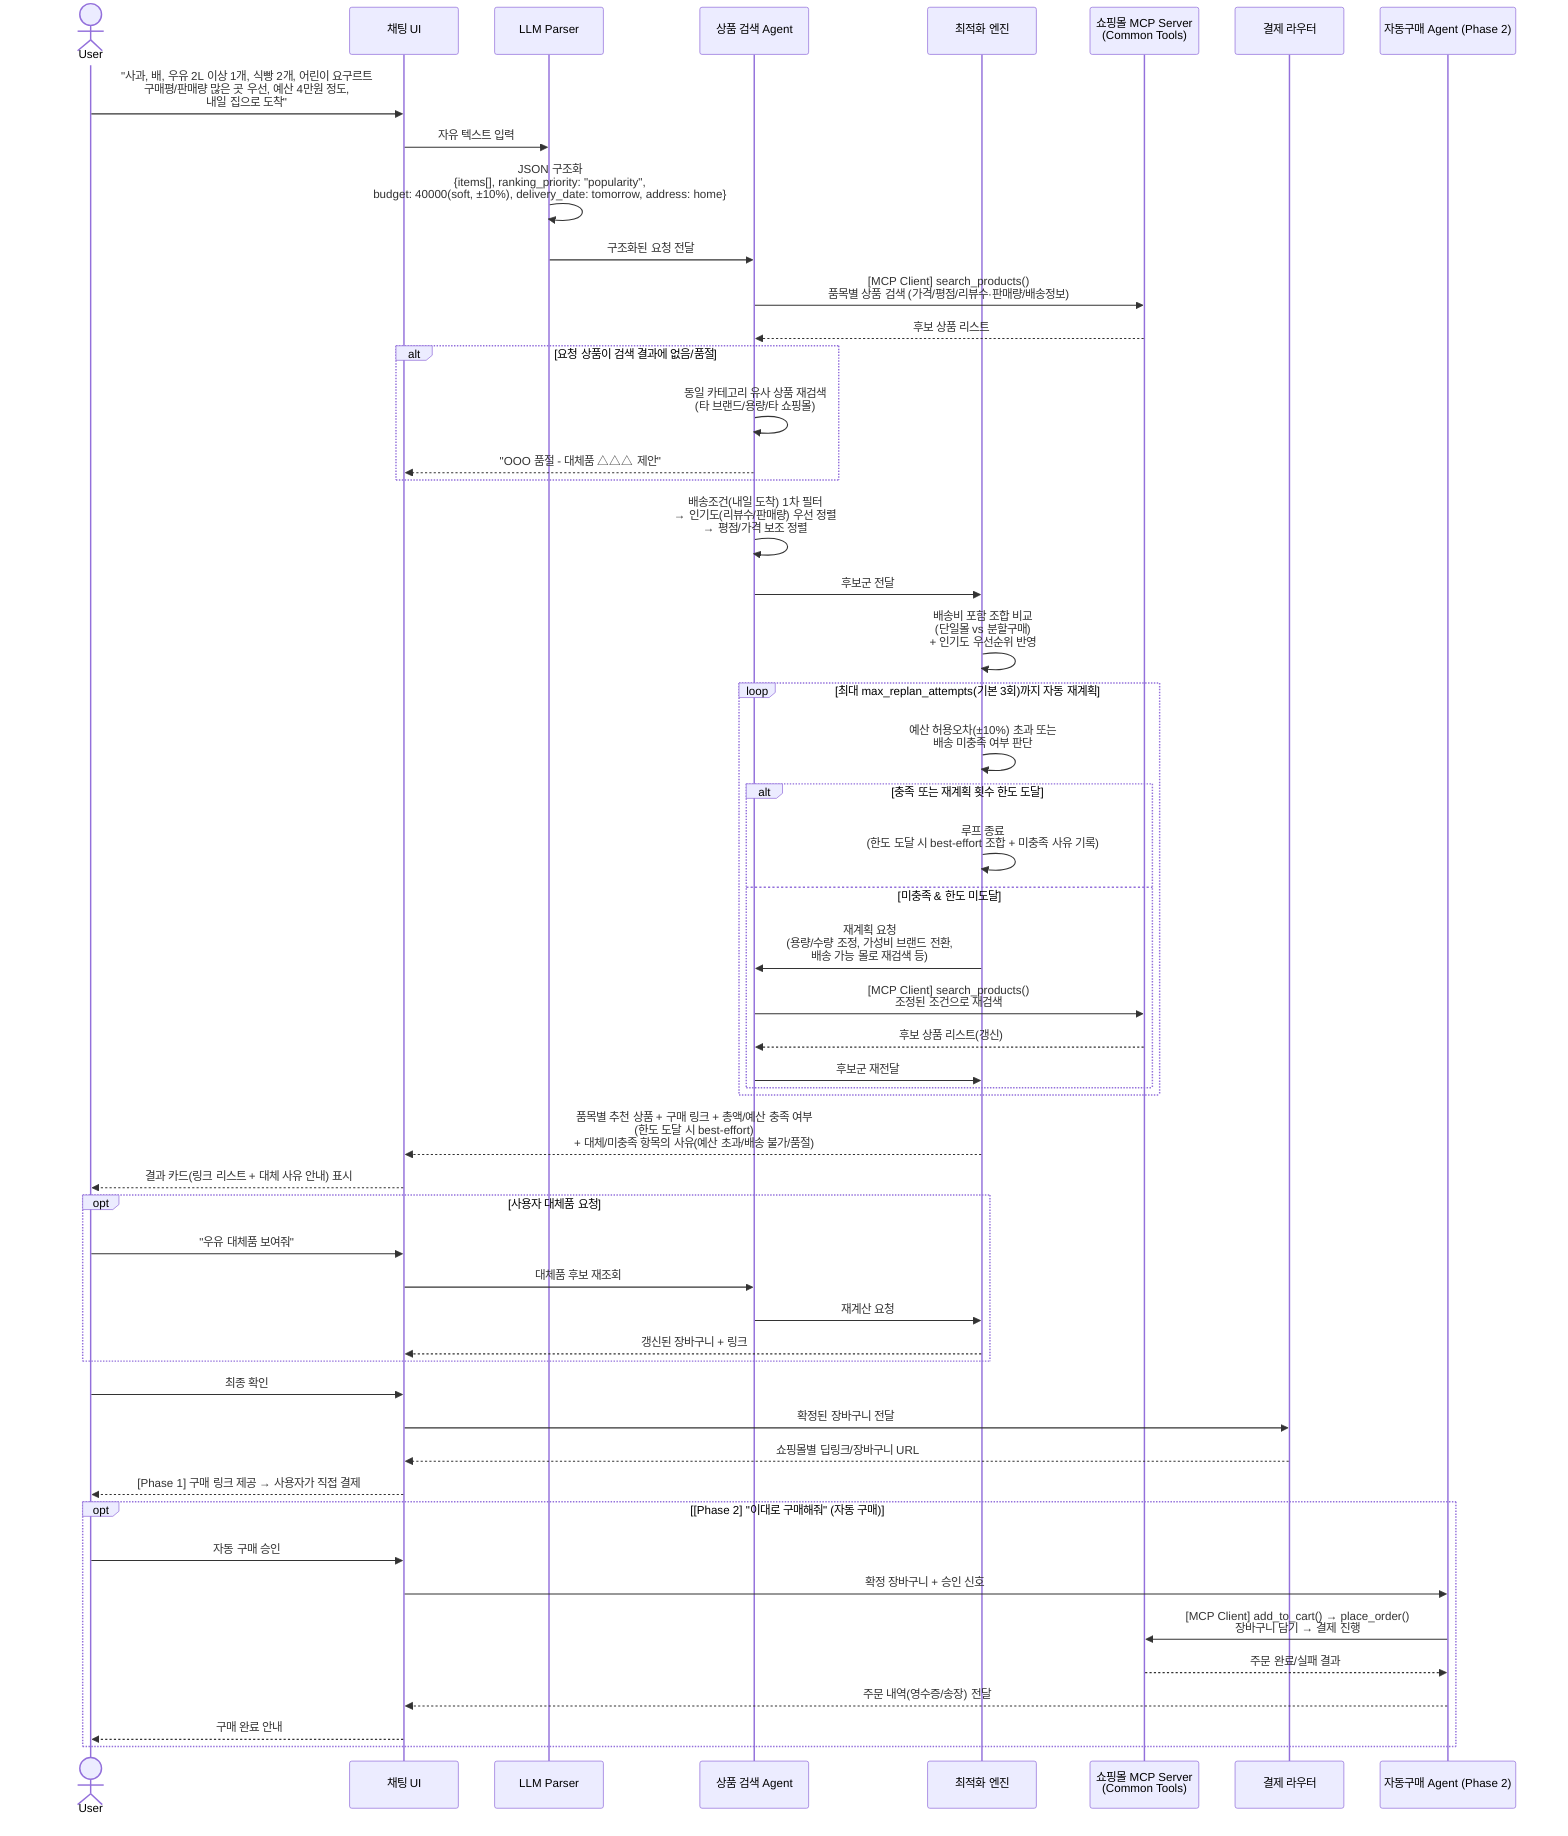
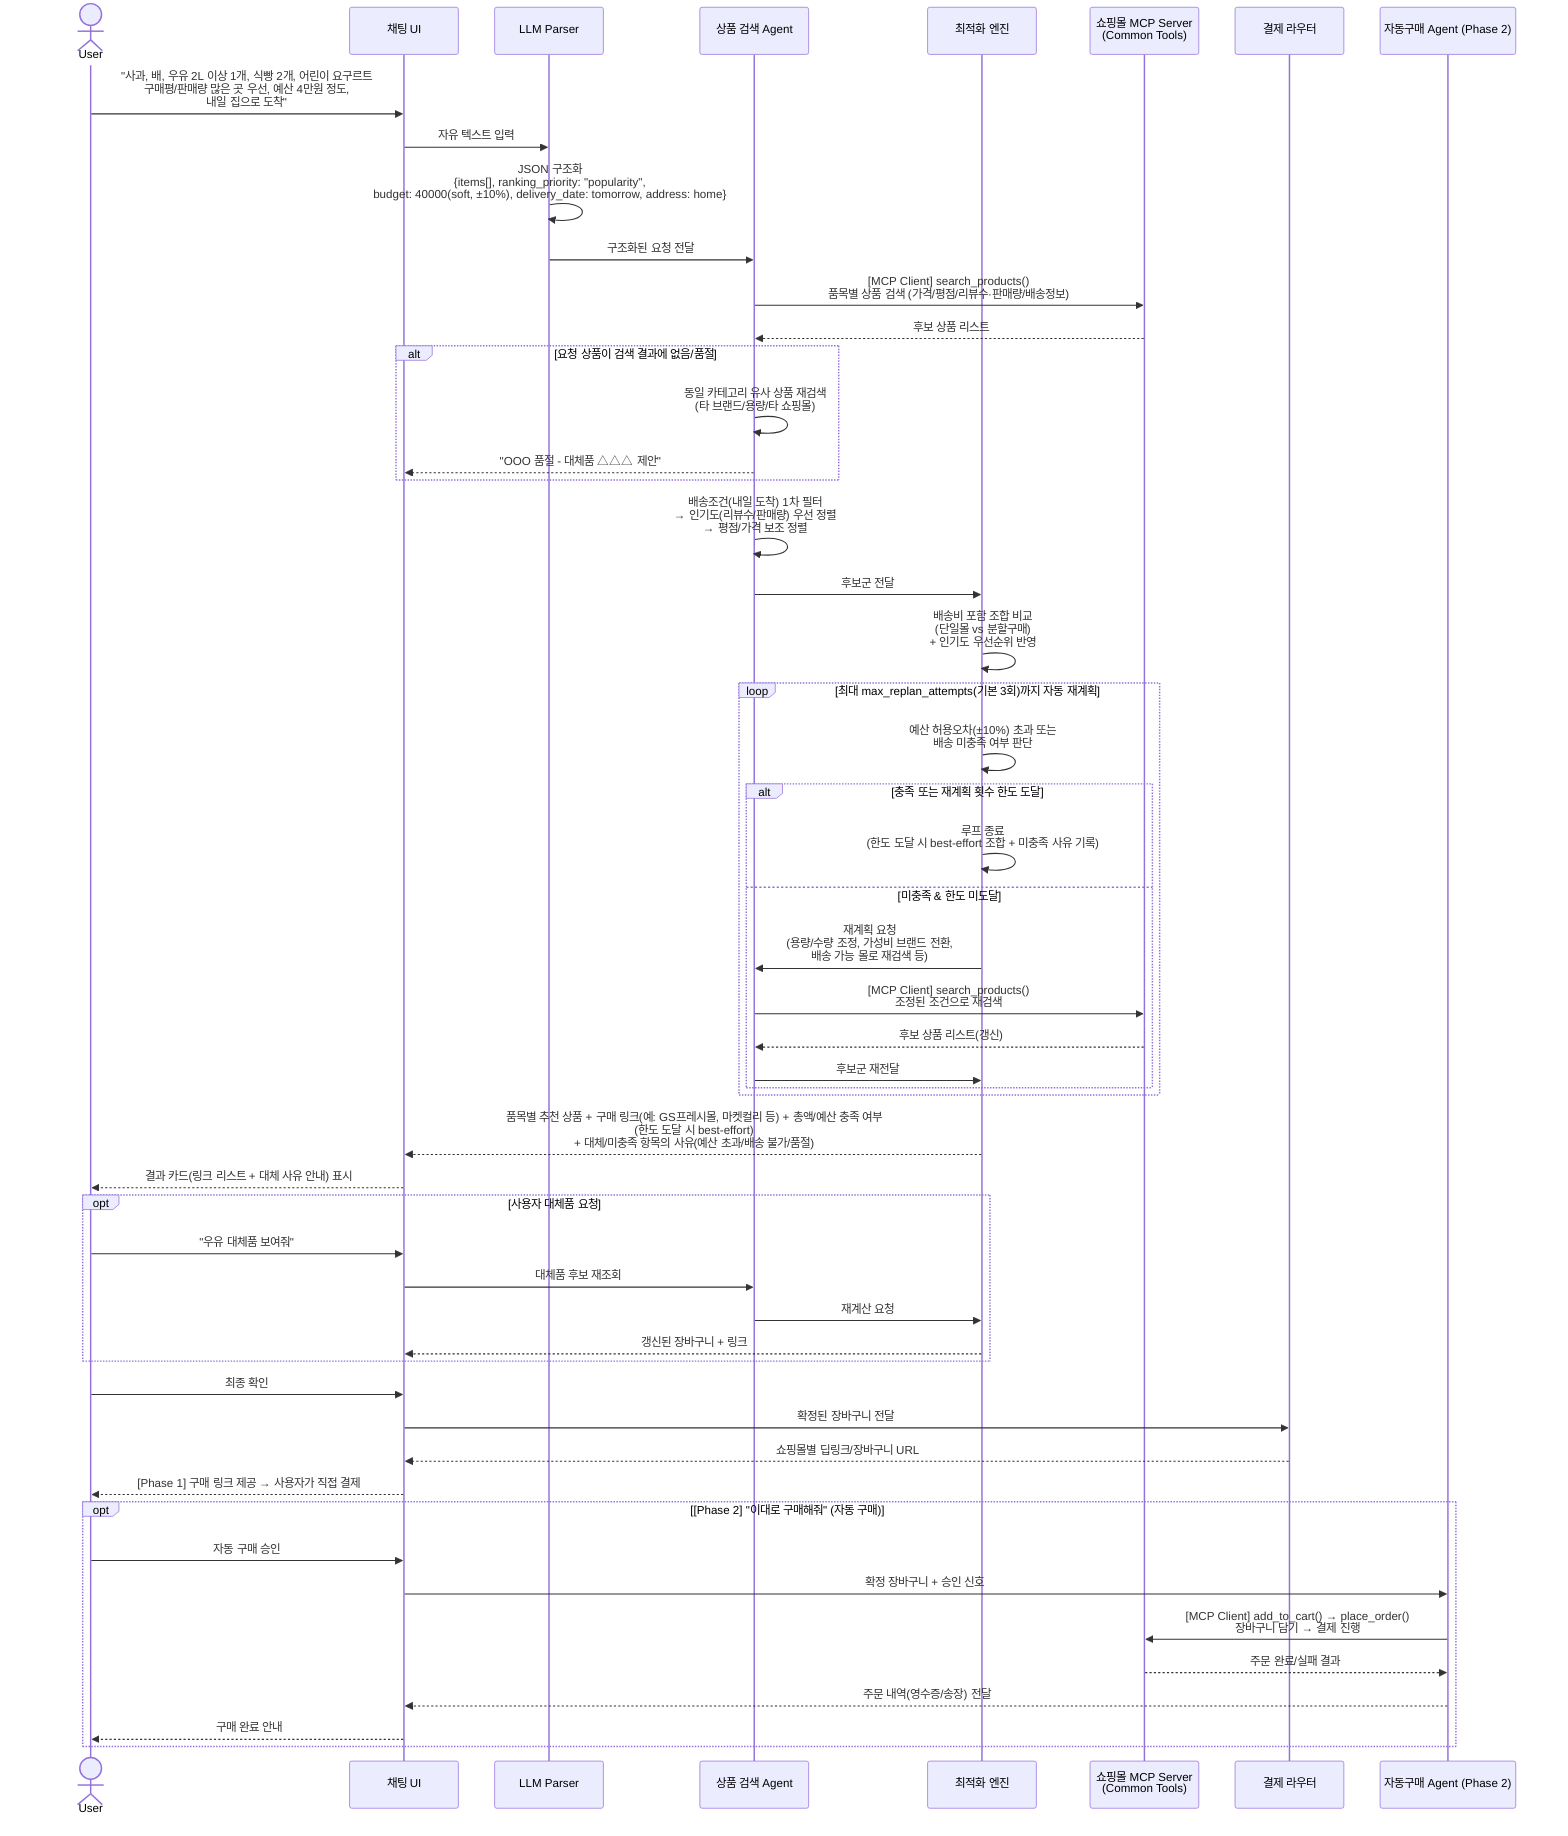
sequenceDiagram
    actor User
    participant UI as 채팅 UI
    participant Parser as LLM Parser
    participant Search as 상품 검색 Agent
    participant Optimizer as 최적화 엔진
    participant Mall as 쇼핑몰 MCP Server<br/>(Common Tools)
    participant Router as 결제 라우터
    participant Purchase as 자동구매 Agent (Phase 2)

    User->>UI: "사과, 배, 우유 2L 이상 1개, 식빵 2개, 어린이 요구르트<br/>구매평/판매량 많은 곳 우선, 예산 4만원 정도,<br/>내일 집으로 도착"
    UI->>Parser: 자유 텍스트 입력
    Parser->>Parser: JSON 구조화<br/>{items[], ranking_priority: "popularity",<br/>budget: 40000(soft, ±10%), delivery_date: tomorrow, address: home}
    Parser->>Search: 구조화된 요청 전달
    Search->>Mall: [MCP Client] search_products()<br/>품목별 상품 검색 (가격/평점/리뷰수·판매량/배송정보)
    Mall-->>Search: 후보 상품 리스트

    alt 요청 상품이 검색 결과에 없음/품절
        Search->>Search: 동일 카테고리 유사 상품 재검색<br/>(타 브랜드/용량/타 쇼핑몰)
        Search-->>UI: "OOO 품절 - 대체품 △△△ 제안"
    end

    Search->>Search: 배송조건(내일 도착) 1차 필터<br/>→ 인기도(리뷰수/판매량) 우선 정렬<br/>→ 평점/가격 보조 정렬
    Search->>Optimizer: 후보군 전달
    Optimizer->>Optimizer: 배송비 포함 조합 비교<br/>(단일몰 vs 분할구매)<br/>+ 인기도 우선순위 반영

    loop 최대 max_replan_attempts(기본 3회)까지 자동 재계획
        Optimizer->>Optimizer: 예산 허용오차(±10%) 초과 또는<br/>배송 미충족 여부 판단
        alt 충족 또는 재계획 횟수 한도 도달
            Optimizer->>Optimizer: 루프 종료<br/>(한도 도달 시 best-effort 조합 + 미충족 사유 기록)
        else 미충족 & 한도 미도달
            Optimizer->>Search: 재계획 요청<br/>(용량/수량 조정, 가성비 브랜드 전환,<br/>배송 가능 몰로 재검색 등)
            Search->>Mall: [MCP Client] search_products()<br/>조정된 조건으로 재검색
            Mall-->>Search: 후보 상품 리스트(갱신)
            Search->>Optimizer: 후보군 재전달
        end
    end

-     Optimizer-->>UI: 품목별 추천 상품 + 구매 링크 + 총액/예산 충족 여부<br/>(한도 도달 시 best-effort)<br/>+ 대체/미충족 항목의 사유(예산 초과/배송 불가/품절)
+     Optimizer-->>UI: 품목별 추천 상품 + 구매 링크(예: GS프레시몰, 마켓컬리 등) + 총액/예산 충족 여부<br/>(한도 도달 시 best-effort)<br/>+ 대체/미충족 항목의 사유(예산 초과/배송 불가/품절)
    UI-->>User: 결과 카드(링크 리스트 + 대체 사유 안내) 표시

    opt 사용자 대체품 요청
        User->>UI: "우유 대체품 보여줘"
        UI->>Search: 대체품 후보 재조회
        Search->>Optimizer: 재계산 요청
        Optimizer-->>UI: 갱신된 장바구니 + 링크
    end

    User->>UI: 최종 확인
    UI->>Router: 확정된 장바구니 전달
    Router-->>UI: 쇼핑몰별 딥링크/장바구니 URL
    UI-->>User: [Phase 1] 구매 링크 제공 → 사용자가 직접 결제

    opt [Phase 2] "이대로 구매해줘" (자동 구매)
        User->>UI: 자동 구매 승인
        UI->>Purchase: 확정 장바구니 + 승인 신호
        Purchase->>Mall: [MCP Client] add_to_cart() → place_order()<br/>장바구니 담기 → 결제 진행
        Mall-->>Purchase: 주문 완료/실패 결과
        Purchase-->>UI: 주문 내역(영수증/송장) 전달
        UI-->>User: 구매 완료 안내
    end
